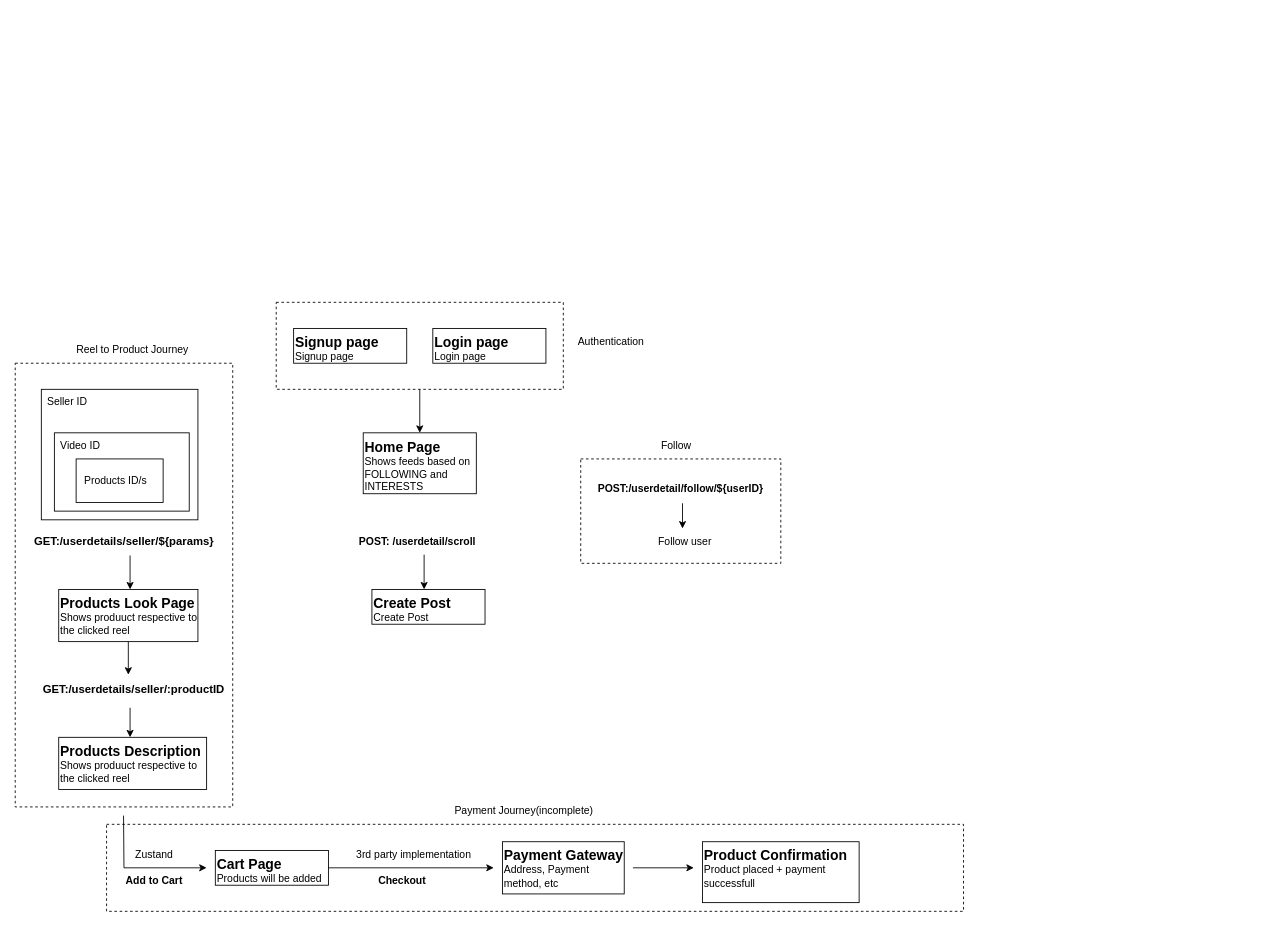
This is page "Page-5" (5 of 5) of Untitled Diagram.drawio from VishalJx/Draw.io, a draw.io file, before an edit. Source tidied: cells renumbered, new cells numbered last; positions are measured from the earlier drawing's top-left corner, leaving out a move shared by most shapes. Both pictures are drawn from the tidied source at 87%, with x=0, y=0 at pixel (15, 302).
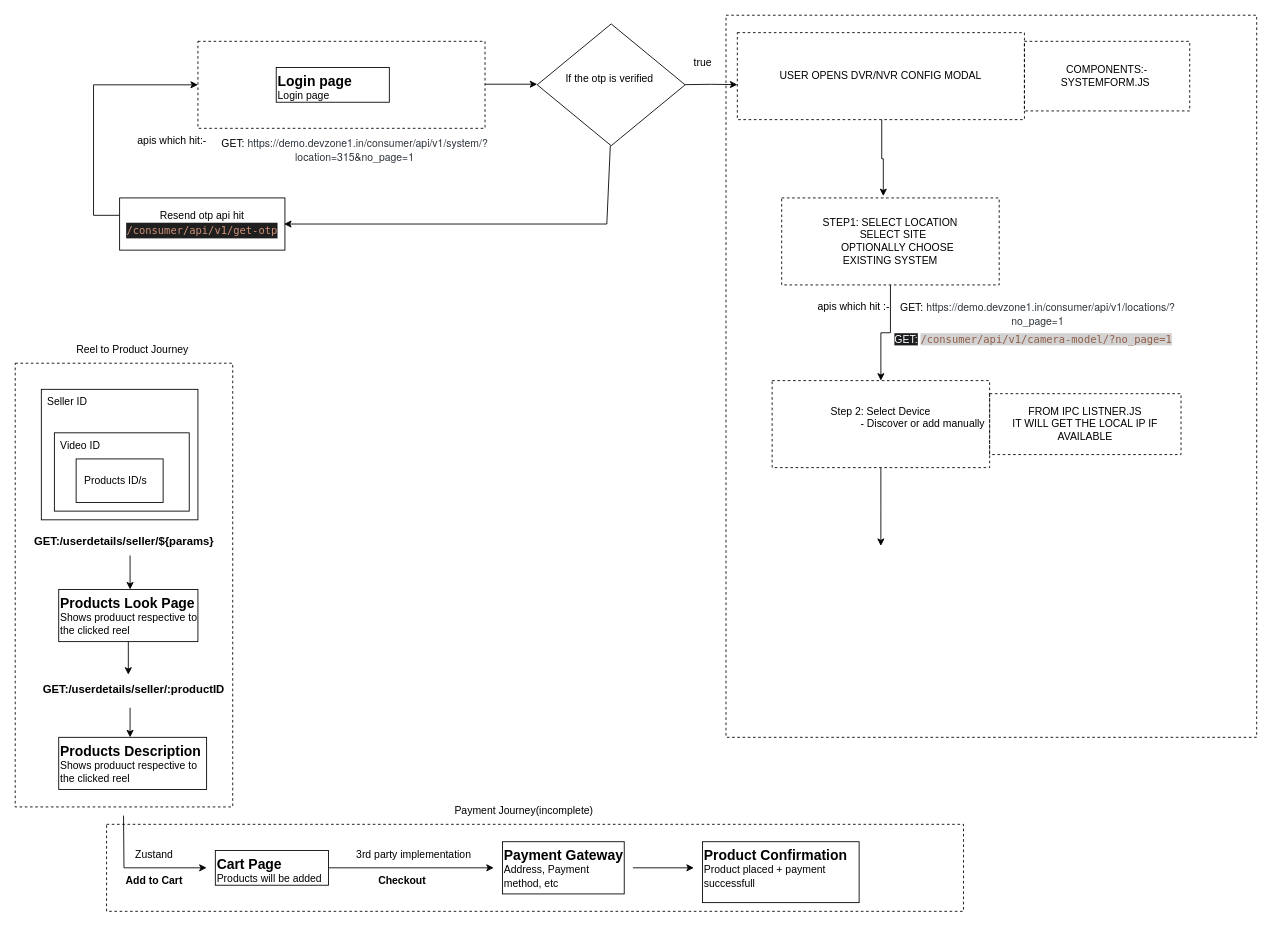
After the change.

Change to the diagram source:
```diff
@@
-    <mxCell id="2" style="rounded=0;whiteSpace=wrap;html=1;fillColor=none;dashed=1;" parent="1" vertex="1">
-      <mxGeometry x="650" y="180" width="230" height="120" as="geometry" />
-    </mxCell>
+    <mxCell id="43" style="rounded=0;whiteSpace=wrap;html=1;dashed=1;fillColor=none;" parent="1" vertex="1">
+      <mxGeometry x="817" y="-330" width="610" height="830" as="geometry" />
+    </mxCell>
@@
     <mxCell id="6" style="rounded=0;whiteSpace=wrap;html=1;fillColor=none;dashed=1;" parent="1" vertex="1">
-      <mxGeometry x="300" width="330" height="100" as="geometry" />
+      <mxGeometry x="210" y="-300" width="330" height="100" as="geometry" />
     </mxCell>
-    <object id="7" label="&lt;font style=&quot;font-size: 16px&quot;&gt;&lt;b&gt;&lt;div style=&quot;text-align: left&quot;&gt;%c4Name%&lt;/div&gt;&lt;/b&gt;&lt;/font&gt;&lt;div style=&quot;text-align: left&quot;&gt;%c4Description%&lt;/div&gt;" c4Description="Signup page" c4Name="Signup page" placeholders="1">
-      <mxCell style="text;html=1;strokeColor=default;fillColor=none;align=left;verticalAlign=top;whiteSpace=wrap;rounded=0;" parent="1" vertex="1">
-        <mxGeometry x="320" y="30" width="130" height="40" as="geometry" />
-      </mxCell>
-    </object>
     <object id="8" label="&lt;font style=&quot;font-size: 16px&quot;&gt;&lt;b&gt;&lt;div style=&quot;text-align: left&quot;&gt;%c4Name%&lt;/div&gt;&lt;/b&gt;&lt;/font&gt;&lt;div style=&quot;text-align: left&quot;&gt;%c4Description%&lt;/div&gt;" c4Description="Login page" c4Name="Login page" placeholders="1">
       <mxCell style="text;html=1;strokeColor=default;fillColor=none;align=left;verticalAlign=top;whiteSpace=wrap;rounded=0;" parent="1" vertex="1">
-        <mxGeometry x="480" y="30" width="130" height="40" as="geometry" />
+        <mxGeometry x="300" y="-270" width="130" height="40" as="geometry" />
       </mxCell>
     </object>
-    <mxCell id="9" value="Authentication" style="text;html=1;align=center;verticalAlign=middle;whiteSpace=wrap;rounded=0;" parent="1" vertex="1">
-      <mxGeometry x="630" y="30" width="110" height="30" as="geometry" />
-    </mxCell>
-    <mxCell id="10" style="endArrow=classic;html=1;rounded=0;exitX=0.5;exitY=1;exitDx=0;exitDy=0;" parent="1" edge="1" source="6">
+    <mxCell id="10" style="endArrow=classic;html=1;rounded=0;exitX=0.5;exitY=1;exitDx=0;exitDy=0;" parent="1" edge="1">
       <mxGeometry relative="1" as="geometry">
-        <mxPoint x="465" y="150" as="targetPoint" />
+        <mxPoint x="540" y="-250.7" as="sourcePoint" />
+        <mxPoint x="600" y="-250.7" as="targetPoint" />
       </mxGeometry>
     </mxCell>
-    <object id="11" label="&lt;font style=&quot;font-size: 16px&quot;&gt;&lt;b&gt;&lt;div style=&quot;text-align: left&quot;&gt;%c4Name%&lt;/div&gt;&lt;/b&gt;&lt;/font&gt;&lt;div style=&quot;text-align: left&quot;&gt;%c4Description%&lt;/div&gt;" c4Description="Shows feeds based on FOLLOWING and INTERESTS" c4Name="Home Page" placeholders="1">
-      <mxCell style="text;html=1;strokeColor=default;fillColor=none;align=left;verticalAlign=top;whiteSpace=wrap;rounded=0;" parent="1" vertex="1">
-        <mxGeometry x="400" y="150" width="130" height="70" as="geometry" />
-      </mxCell>
-    </object>
@@
-    <mxCell id="13" style="endArrow=classic;html=1;rounded=0;" parent="1" edge="1">
-      <mxGeometry relative="1" as="geometry">
-        <mxPoint x="470" y="290" as="sourcePoint" />
-        <mxPoint x="470" y="330" as="targetPoint" />
-      </mxGeometry>
-    </mxCell>
-    <mxCell id="14" value="&lt;b&gt;POST: /userdetail/scroll&lt;/b&gt;" style="text;html=1;align=center;verticalAlign=middle;whiteSpace=wrap;rounded=0;" parent="1" vertex="1">
-      <mxGeometry x="385" y="260" width="155" height="30" as="geometry" />
-    </mxCell>
@@
-    <object id="30" label="&lt;font style=&quot;font-size: 16px&quot;&gt;&lt;b&gt;&lt;div style=&quot;text-align: left&quot;&gt;%c4Name%&lt;/div&gt;&lt;/b&gt;&lt;/font&gt;&lt;div style=&quot;text-align: left&quot;&gt;%c4Description%&lt;/div&gt;" c4Description="Create Post" c4Name="Create Post" placeholders="1">
-      <mxCell style="text;html=1;strokeColor=default;fillColor=none;align=left;verticalAlign=top;whiteSpace=wrap;rounded=0;" parent="1" vertex="1">
-        <mxGeometry x="410" y="330" width="130" height="40" as="geometry" />
-      </mxCell>
-    </object>
@@
-    <mxCell id="38" value="&lt;b&gt;POST:/userdetail/follow/${userID}&lt;/b&gt;" style="text;html=1;align=center;verticalAlign=middle;whiteSpace=wrap;rounded=0;" parent="1" vertex="1">
-      <mxGeometry x="650" y="200" width="230" height="30" as="geometry" />
-    </mxCell>
-    <mxCell id="39" style="endArrow=classic;html=1;rounded=0;exitX=0.461;exitY=1.033;exitDx=0;exitDy=0;exitPerimeter=0;" parent="1" edge="1">
-      <mxGeometry relative="1" as="geometry">
-        <mxPoint x="767" y="231" as="sourcePoint" />
-        <mxPoint x="767" y="260" as="targetPoint" />
-      </mxGeometry>
-    </mxCell>
-    <mxCell id="40" value="Follow user" style="text;html=1;align=center;verticalAlign=middle;whiteSpace=wrap;rounded=0;" parent="1" vertex="1">
-      <mxGeometry x="720" y="260" width="100" height="30" as="geometry" />
-    </mxCell>
-    <mxCell id="41" value="Follow" style="text;html=1;align=center;verticalAlign=middle;whiteSpace=wrap;rounded=0;" parent="1" vertex="1">
-      <mxGeometry x="730" y="150" width="60" height="30" as="geometry" />
-    </mxCell>
@@
+    <mxCell id="44" value="If the otp is verified&amp;nbsp;&lt;div&gt;&lt;br/&gt;&lt;/div&gt;" style="rhombus;whiteSpace=wrap;html=1;" parent="1" vertex="1">
+      <mxGeometry x="600" y="-320" width="170" height="140" as="geometry" />
+    </mxCell>
+    <mxCell id="45" style="edgeStyle=orthogonalEdgeStyle;rounded=0;orthogonalLoop=1;jettySize=auto;html=1;entryX=0.463;entryY=-0.021;entryDx=0;entryDy=0;entryPerimeter=0;" parent="1" edge="1">
+      <mxGeometry relative="1" as="geometry">
+        <mxPoint x="996" y="-210" as="sourcePoint" />
+        <mxPoint x="997.8" y="-122.1" as="targetPoint" />
+        <Array as="points">
+          <mxPoint x="996" y="-165" />
+          <mxPoint x="998" y="-165" />
+        </Array>
+      </mxGeometry>
+    </mxCell>
+    <mxCell id="46" value="USER OPENS DVR/NVR CONFIG MODAL" style="rounded=0;whiteSpace=wrap;html=1;fillColor=none;dashed=1;" parent="1" vertex="1">
+      <mxGeometry x="830" y="-310" width="330" height="100" as="geometry" />
+    </mxCell>
+    <mxCell id="47" style="endArrow=classic;html=1;rounded=0;exitX=0.5;exitY=1;exitDx=0;exitDy=0;" parent="1" edge="1">
+      <mxGeometry relative="1" as="geometry">
+        <mxPoint x="770" y="-250.2" as="sourcePoint" />
+        <mxPoint x="830" y="-250.2" as="targetPoint" />
+        <Array as="points">
+          <mxPoint x="800" y="-250.6" />
+        </Array>
+      </mxGeometry>
+    </mxCell>
+    <mxCell id="48" value="GET:&lt;b style=&quot;color: rgb(47, 53, 60); font-family: &amp;quot;Helvetica Neue&amp;quot;; text-align: start; text-indent: -36px; -webkit-text-stroke-color: rgb(47, 53, 60); text-wrap-mode: wrap; background-color: transparent;&quot;&gt;&amp;nbsp;&lt;/b&gt;&lt;span style=&quot;color: rgb(47, 53, 60); font-family: &amp;quot;Helvetica Neue&amp;quot;; text-align: start; text-indent: -36px; -webkit-text-stroke-color: rgb(47, 53, 60); text-wrap-mode: wrap; background-color: transparent;&quot;&gt;https://demo.devzone1.in/consumer/api/v1/system/?location=315&amp;amp;no_page=1&lt;/span&gt;" style="text;html=1;align=center;verticalAlign=middle;strokeColor=none;fillColor=none;" parent="1" vertex="1">
+      <mxGeometry x="150" y="-190" width="480" height="30" as="geometry" />
+    </mxCell>
+    <mxCell id="49" value="apis which hit:-" style="text;html=1;align=center;verticalAlign=middle;strokeColor=none;fillColor=none;" parent="1" vertex="1">
+      <mxGeometry x="130" y="-200" width="100" height="30" as="geometry" />
+    </mxCell>
+    <mxCell id="50" value="true" style="text;html=1;align=center;verticalAlign=middle;strokeColor=none;fillColor=none;" parent="1" vertex="1">
+      <mxGeometry x="770" y="-290" width="40" height="30" as="geometry" />
+    </mxCell>
+    <mxCell id="51" style="endArrow=classic;html=1;rounded=0;exitX=0.5;exitY=1;exitDx=0;exitDy=0;" parent="1" edge="1">
+      <mxGeometry relative="1" as="geometry">
+        <mxPoint x="684" y="-180" as="sourcePoint" />
+        <mxPoint x="309" y="-90" as="targetPoint" />
+        <Array as="points">
+          <mxPoint x="680" y="-90" />
+        </Array>
+      </mxGeometry>
+    </mxCell>
+    <mxCell id="52" style="edgeStyle=orthogonalEdgeStyle;rounded=0;jettySize=auto;html=1;entryX=0;entryY=0.5;entryDx=0;entryDy=0;" parent="1" edge="1" source="53" target="6">
+      <mxGeometry relative="1" as="geometry">
+        <Array as="points">
+          <mxPoint x="90" y="-100" />
+          <mxPoint x="90" y="-250" />
+        </Array>
+      </mxGeometry>
+    </mxCell>
+    <mxCell id="53" value="Resend otp api hit&lt;br&gt;&lt;div style=&quot;color: rgb(204, 204, 204); background-color: rgb(31, 31, 31); font-family: Menlo, Monaco, &amp;quot;Courier New&amp;quot;, monospace; line-height: 18px; white-space: pre;&quot;&gt;&lt;span style=&quot;color: #ce9178;&quot;&gt;/consumer/api/v1/get-otp&lt;/span&gt;&lt;/div&gt;" style="rounded=0;whiteSpace=wrap;html=1;" parent="1" vertex="1">
+      <mxGeometry x="120" y="-120" width="190" height="60" as="geometry" />
+    </mxCell>
+    <mxCell id="54" style="edgeStyle=orthogonalEdgeStyle;rounded=0;jettySize=auto;html=1;" parent="1" edge="1" source="55" target="59">
+      <mxGeometry relative="1" as="geometry" />
+    </mxCell>
+    <mxCell id="55" value="STEP1: SELECT LOCATION&lt;br&gt;&amp;nbsp; SELECT SITE&lt;br&gt;&amp;nbsp; &amp;nbsp; &amp;nbsp; &amp;nbsp; &amp;nbsp; &amp;nbsp; &amp;nbsp; &amp;nbsp; &amp;nbsp; OPTIONALLY CHOOSE&amp;nbsp; &amp;nbsp; &amp;nbsp; &amp;nbsp; &amp;nbsp; &amp;nbsp; &amp;nbsp; EXISTING SYSTEM" style="rounded=0;whiteSpace=wrap;html=1;fillColor=none;dashed=1;" parent="1" vertex="1">
+      <mxGeometry x="881" y="-120" width="250" height="100" as="geometry" />
+    </mxCell>
+    <mxCell id="56" value="apis which hit :-" style="text;strokeColor=none;align=center;fillColor=none;html=1;verticalAlign=middle;whiteSpace=wrap;rounded=0;" parent="1" vertex="1">
+      <mxGeometry x="919" y="-10" width="90" height="30" as="geometry" />
+    </mxCell>
+    <mxCell id="57" value="GET:&lt;b style=&quot;-webkit-text-stroke-color: rgb(47, 53, 60); text-wrap-mode: wrap; background-color: transparent; color: rgb(47, 53, 60); font-family: &amp;quot;Helvetica Neue&amp;quot;; text-align: start; text-indent: -36px;&quot;&gt;&amp;nbsp;&lt;/b&gt;&lt;span style=&quot;-webkit-text-stroke-color: rgb(47, 53, 60); text-wrap-mode: wrap; background-color: transparent; color: rgb(47, 53, 60); font-family: &amp;quot;Helvetica Neue&amp;quot;; text-align: start; text-indent: -36px;&quot;&gt;https://demo.devzone1.in/consumer/api/v1/locations/?no_page=1&lt;/span&gt;" style="text;html=1;align=center;verticalAlign=middle;strokeColor=none;fillColor=none;" parent="1" vertex="1">
+      <mxGeometry x="970" y="-2" width="410" height="30" as="geometry" />
+    </mxCell>
+    <mxCell id="58" style="edgeStyle=orthogonalEdgeStyle;rounded=0;jettySize=auto;html=1;" parent="1" edge="1" source="59">
+      <mxGeometry relative="1" as="geometry">
+        <mxPoint x="995" y="280" as="targetPoint" />
+      </mxGeometry>
+    </mxCell>
+    <mxCell id="59" value="Step 2: Select Device&lt;div&gt;&amp;nbsp; &amp;nbsp; &amp;nbsp; &amp;nbsp; &amp;nbsp; &amp;nbsp; &amp;nbsp; &amp;nbsp; &amp;nbsp; &amp;nbsp; &amp;nbsp; &amp;nbsp; &amp;nbsp; &amp;nbsp; &amp;nbsp;- Discover or add manually&lt;br&gt;&lt;br&gt;&lt;/div&gt;" style="rounded=0;whiteSpace=wrap;html=1;fillColor=none;dashed=1;" parent="1" vertex="1">
+      <mxGeometry x="870" y="90" width="250" height="100" as="geometry" />
+    </mxCell>
+    <mxCell id="60" value="COMPONENTS:-SYSTEMFORM.JS&amp;nbsp;" style="rounded=0;whiteSpace=wrap;html=1;fillColor=none;dashed=1;" parent="1" vertex="1">
+      <mxGeometry x="1160" y="-300" width="190" height="80" as="geometry" />
+    </mxCell>
+    <mxCell id="61" value="&lt;div style=&quot;color: rgb(204, 204, 204); background-color: rgb(31, 31, 31); font-family: Menlo, Monaco, &amp;quot;Courier New&amp;quot;, monospace; font-weight: normal; font-size: 12px; line-height: 18px; white-space: pre;&quot;&gt;&lt;br&gt;&lt;/div&gt;" style="text;whiteSpace=wrap;html=1;" parent="1" vertex="1">
+      <mxGeometry x="1080" y="50" width="320" height="40" as="geometry" />
+    </mxCell>
+    <mxCell id="62" value="&lt;span style=&quot;color: rgb(255, 255, 255); font-family: Helvetica; font-size: 12px; font-style: normal; font-variant-ligatures: normal; font-variant-caps: normal; font-weight: 400; letter-spacing: normal; orphans: 2; text-align: center; text-indent: 0px; text-transform: none; widows: 2; word-spacing: 0px; -webkit-text-stroke-width: 0px; white-space: nowrap; background-color: rgb(27, 29, 30); text-decoration-thickness: initial; text-decoration-style: initial; text-decoration-color: initial; float: none; display: inline !important;&quot;&gt;GET:&lt;/span&gt;&lt;b style=&quot;forced-color-adjust: none; font-size: 12px; font-style: normal; font-variant-ligatures: normal; font-variant-caps: normal; letter-spacing: normal; orphans: 2; text-transform: none; widows: 2; word-spacing: 0px; -webkit-text-stroke: 0px rgb(47, 53, 60); white-space: normal; background-color: transparent; text-decoration-thickness: initial; text-decoration-style: initial; text-decoration-color: initial; color: rgb(47, 53, 60); font-family: &amp;quot;Helvetica Neue&amp;quot;; text-align: start; text-indent: -36px; box-shadow: none !important;&quot;&gt;&amp;nbsp;&lt;/b&gt;&lt;span style=&quot;color: rgb(145, 93, 71); font-family: Menlo, Monaco, &amp;quot;Courier New&amp;quot;, monospace; white-space: pre; background-color: rgb(210, 210, 210);&quot;&gt;/consumer/api/v1/camera-model/?no_page=1&lt;/span&gt;" style="text;whiteSpace=wrap;html=1;" parent="1" vertex="1">
+      <mxGeometry x="1009" y="28" width="420" height="40" as="geometry" />
+    </mxCell>
+    <mxCell id="63" value="&lt;div&gt;FROM IPC LISTNER.JS&lt;br&gt;IT WILL GET THE LOCAL IP IF AVAILABLE&lt;/div&gt;" style="rounded=0;whiteSpace=wrap;html=1;fillColor=none;dashed=1;" parent="1" vertex="1">
+      <mxGeometry x="1120" y="105" width="220" height="70" as="geometry" />
+    </mxCell>
```
